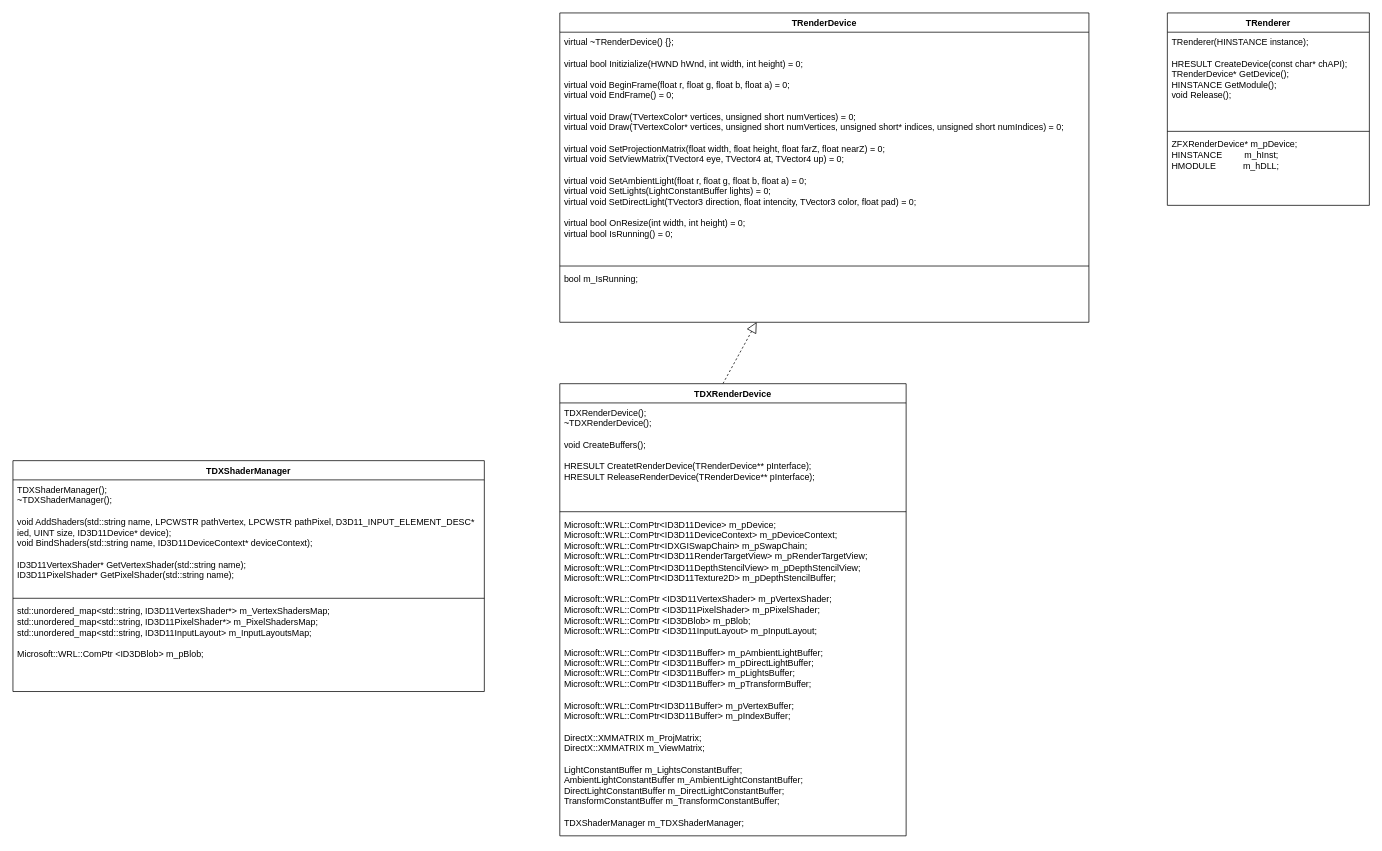
This is UML/TRenderer.drawio from f1oating/TRender, a draw.io file, before an edit. Source tidied: cells renumbered, new cells numbered last; positions are measured from the earlier drawing's top-left corner, leaving out a move shared by most shapes. Both pictures are drawn from the tidied source at 74%, with x=0, y=0 at pixel (13, 13).
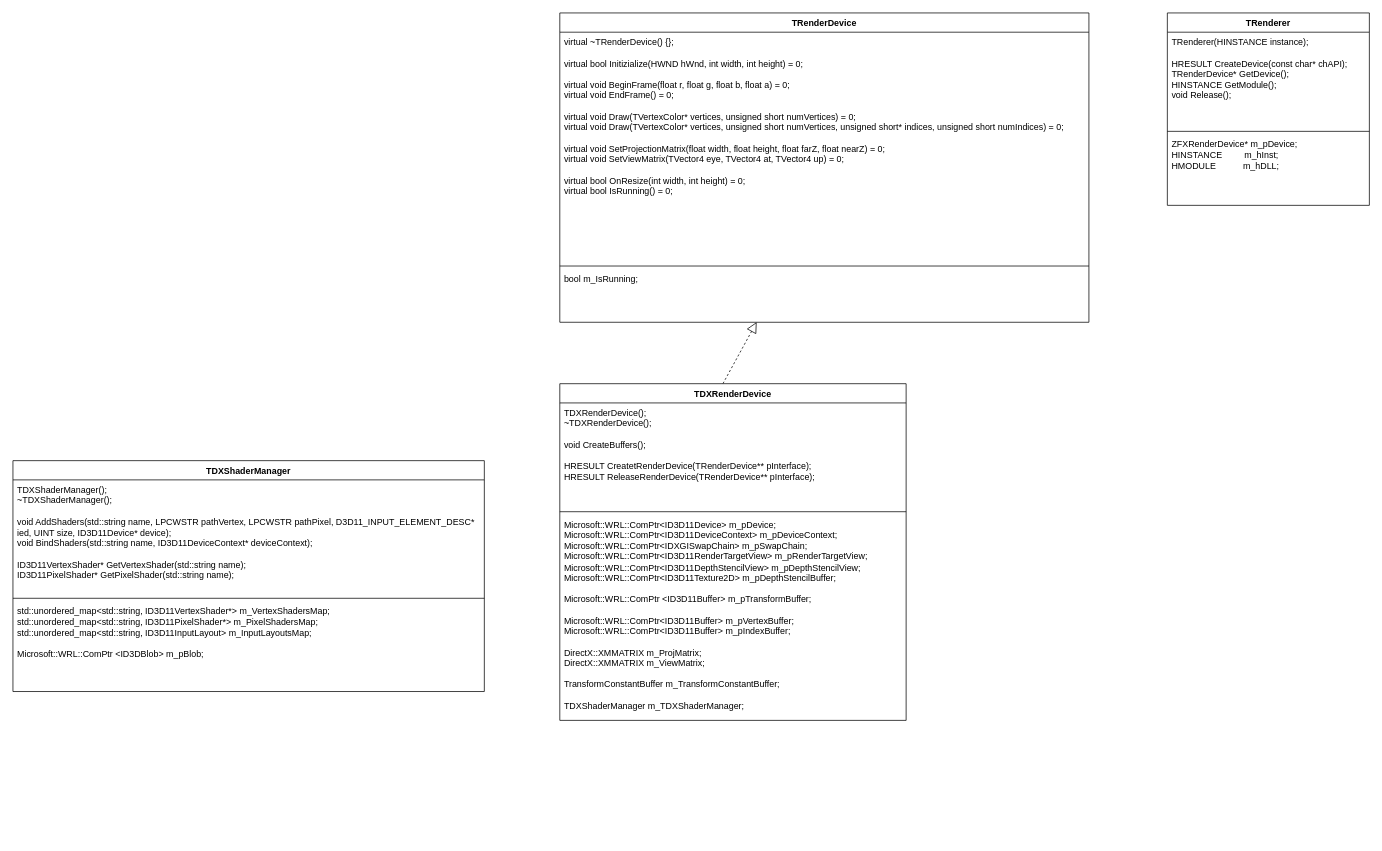
The same page after the edit.

The edit, as a diff of the source:
```diff
@@
 <mxGraphModel>
   <root>
     <mxCell id="0" />
     <mxCell id="1" parent="0" />
     <mxCell id="2" value="TRenderDevice" style="swimlane;fontStyle=1;align=center;verticalAlign=top;horizontal=1;startSize=26;whiteSpace=wrap;html=1;" parent="1" vertex="1">
       <mxGeometry x="739" width="715" height="418" as="geometry" />
     </mxCell>
-    <mxCell id="3" value="&lt;div&gt;virtual ~TRenderDevice() {};&lt;br&gt;&lt;/div&gt;&lt;div&gt;&lt;br&gt;&lt;/div&gt;&lt;div&gt;virtual bool Initizialize(HWND hWnd, int width, int height) = 0;&lt;/div&gt;&lt;div&gt;&lt;br&gt;&lt;/div&gt;&lt;div&gt;virtual void BeginFrame(float r, float g, float b, float a) = 0;&lt;/div&gt;&lt;div&gt;virtual void EndFrame() = 0;&lt;/div&gt;&lt;div&gt;&lt;br&gt;&lt;/div&gt;&lt;div&gt;virtual void Draw(TVertexColor* vertices, unsigned short numVertices) = 0;&lt;br&gt;&lt;/div&gt;&lt;div&gt;virtual void Draw(TVertexColor* vertices, unsigned short numVertices, unsigned short* indices, unsigned short numIndices) = 0;&lt;br&gt;&lt;/div&gt;&lt;div&gt;&lt;br&gt;&lt;/div&gt;&lt;div&gt;virtual void SetProjectionMatrix(float width, float height, float farZ, float nearZ) = 0;&lt;/div&gt;&lt;div&gt;virtual void SetViewMatrix(TVector4 eye, TVector4 at, TVector4 up) = 0;&lt;br&gt;&lt;/div&gt;&lt;div&gt;&lt;br&gt;&lt;/div&gt;&lt;div&gt;virtual void SetAmbientLight(float r, float g, float b, float a) = 0;&lt;/div&gt;&lt;div&gt;virtual void SetLights(LightConstantBuffer lights) = 0;&lt;/div&gt;&lt;div&gt;virtual void SetDirectLight(TVector3 direction, float intencity, TVector3 color, float pad) = 0;&lt;br&gt;&lt;/div&gt;&lt;div&gt;&lt;br&gt;&lt;/div&gt;&lt;div&gt;virtual bool OnResize(int width, int height) = 0;&lt;/div&gt;&lt;div&gt;virtual bool IsRunning() = 0;&lt;br&gt;&lt;/div&gt;" style="text;strokeColor=none;fillColor=none;align=left;verticalAlign=top;spacingLeft=4;spacingRight=4;overflow=hidden;whiteSpace=wrap;html=1;" parent="2" vertex="1">
+    <mxCell id="3" value="&lt;div&gt;virtual ~TRenderDevice() {};&lt;br&gt;&lt;/div&gt;&lt;div&gt;&lt;br&gt;&lt;/div&gt;&lt;div&gt;virtual bool Initizialize(HWND hWnd, int width, int height) = 0;&lt;/div&gt;&lt;div&gt;&lt;br&gt;&lt;/div&gt;&lt;div&gt;virtual void BeginFrame(float r, float g, float b, float a) = 0;&lt;/div&gt;&lt;div&gt;virtual void EndFrame() = 0;&lt;/div&gt;&lt;div&gt;&lt;br&gt;&lt;/div&gt;&lt;div&gt;virtual void Draw(TVertexColor* vertices, unsigned short numVertices) = 0;&lt;br&gt;&lt;/div&gt;&lt;div&gt;virtual void Draw(TVertexColor* vertices, unsigned short numVertices, unsigned short* indices, unsigned short numIndices) = 0;&lt;br&gt;&lt;/div&gt;&lt;div&gt;&lt;br&gt;&lt;/div&gt;&lt;div&gt;virtual void SetProjectionMatrix(float width, float height, float farZ, float nearZ) = 0;&lt;/div&gt;&lt;div&gt;virtual void SetViewMatrix(TVector4 eye, TVector4 at, TVector4 up) = 0;&lt;br&gt;&lt;/div&gt;&lt;div&gt;&lt;br&gt;&lt;/div&gt;&lt;div&gt;virtual bool OnResize(int width, int height) = 0;&lt;/div&gt;&lt;div&gt;virtual bool IsRunning() = 0;&lt;br&gt;&lt;/div&gt;" style="text;strokeColor=none;fillColor=none;align=left;verticalAlign=top;spacingLeft=4;spacingRight=4;overflow=hidden;whiteSpace=wrap;html=1;" parent="2" vertex="1">
       <mxGeometry y="26" width="715" height="312" as="geometry" />
     </mxCell>
     <mxCell id="4" style="line;strokeWidth=1;fillColor=none;align=left;verticalAlign=middle;spacingTop=-1;spacingLeft=3;spacingRight=3;labelPosition=right;strokeColor=inherit;" parent="2" vertex="1">
       <mxGeometry y="338" width="715" height="8" as="geometry" />
     </mxCell>
     <mxCell id="5" value="&lt;div&gt;bool m_IsRunning;&lt;br&gt;&lt;/div&gt;" style="text;strokeColor=none;fillColor=none;align=left;verticalAlign=top;spacingLeft=4;spacingRight=4;overflow=hidden;points=[[0,0.5],[1,0.5]];portConstraint=eastwest;whiteSpace=wrap;html=1;" parent="2" vertex="1">
       <mxGeometry y="346" width="715" height="72" as="geometry" />
     </mxCell>
     <mxCell id="6" style="endArrow=block;dashed=1;endFill=0;endSize=12;html=1;rounded=0;entryX=0.372;entryY=0.997;entryDx=0;entryDy=0;entryPerimeter=0;exitX=0.471;exitY=0;exitDx=0;exitDy=0;exitPerimeter=0;" parent="1" edge="1" source="7" target="5">
       <mxGeometry relative="1" as="geometry" />
     </mxCell>
     <mxCell id="7" value="TDXRenderDevice" style="swimlane;fontStyle=1;align=center;verticalAlign=top;horizontal=1;startSize=26;whiteSpace=wrap;html=1;" parent="1" vertex="1">
-      <mxGeometry x="739" y="501" width="468" height="611" as="geometry" />
+      <mxGeometry x="739" y="501" width="468" height="455" as="geometry" />
     </mxCell>
     <mxCell id="8" value="&lt;div&gt;TDXRenderDevice();&lt;/div&gt;&lt;div&gt;~TDXRenderDevice();&lt;/div&gt;&lt;div&gt;&lt;br&gt;&lt;/div&gt;&lt;div&gt;void CreateBuffers();&lt;br&gt;&lt;/div&gt;&lt;div&gt;&lt;br&gt;&lt;/div&gt;&lt;div&gt;HRESULT CreatetRenderDevice(TRenderDevice** pInterface);&amp;nbsp;&amp;nbsp;&amp;nbsp;&amp;nbsp;&lt;/div&gt;&lt;div&gt;HRESULT ReleaseRenderDevice(TRenderDevice** pInterface);&lt;br&gt;&lt;br&gt;&lt;/div&gt;" style="text;strokeColor=none;fillColor=none;align=left;verticalAlign=top;spacingLeft=4;spacingRight=4;overflow=hidden;whiteSpace=wrap;html=1;" parent="7" vertex="1">
       <mxGeometry y="26" width="468" height="143" as="geometry" />
     </mxCell>
     <mxCell id="9" style="line;strokeWidth=1;fillColor=none;align=left;verticalAlign=middle;spacingTop=-1;spacingLeft=3;spacingRight=3;labelPosition=right;strokeColor=inherit;" parent="7" vertex="1">
       <mxGeometry y="169" width="468" height="8" as="geometry" />
     </mxCell>
-    <mxCell id="10" value="&lt;div&gt;Microsoft::WRL::ComPtr&amp;lt;ID3D11Device&amp;gt; m_pDevice; Microsoft::WRL::ComPtr&amp;lt;ID3D11DeviceContext&amp;gt; m_pDeviceContext; Microsoft::WRL::ComPtr&amp;lt;IDXGISwapChain&amp;gt; m_pSwapChain; Microsoft::WRL::ComPtr&amp;lt;ID3D11RenderTargetView&amp;gt; m_pRenderTargetView; Microsoft::WRL::ComPtr&amp;lt;ID3D11DepthStencilView&amp;gt; m_pDepthStencilView; Microsoft::WRL::ComPtr&amp;lt;ID3D11Texture2D&amp;gt; m_pDepthStencilBuffer;&lt;/div&gt;&lt;div&gt;&lt;br&gt;&lt;/div&gt;&lt;div&gt;Microsoft::WRL::ComPtr &amp;lt;ID3D11VertexShader&amp;gt; m_pVertexShader;&lt;br&gt;Microsoft::WRL::ComPtr &amp;lt;ID3D11PixelShader&amp;gt; m_pPixelShader;&lt;br&gt;Microsoft::WRL::ComPtr &amp;lt;ID3DBlob&amp;gt; m_pBlob;&lt;br&gt;Microsoft::WRL::ComPtr &amp;lt;ID3D11InputLayout&amp;gt; m_pInputLayout;&lt;br&gt;&lt;/div&gt;&lt;div&gt;&lt;br&gt;&lt;/div&gt;&lt;div&gt;Microsoft::WRL::ComPtr &amp;lt;ID3D11Buffer&amp;gt; m_pAmbientLightBuffer;&lt;/div&gt;&lt;div&gt;Microsoft::WRL::ComPtr &amp;lt;ID3D11Buffer&amp;gt; m_pDirectLightBuffer;&lt;br&gt;&lt;/div&gt;&lt;div&gt;Microsoft::WRL::ComPtr &amp;lt;ID3D11Buffer&amp;gt; m_pLightsBuffer;&lt;br&gt;&lt;/div&gt;&lt;div&gt;Microsoft::WRL::ComPtr &amp;lt;ID3D11Buffer&amp;gt; m_pTransformBuffer;&lt;br&gt;&lt;br&gt;Microsoft::WRL::ComPtr&amp;lt;ID3D11Buffer&amp;gt; m_pVertexBuffer;&lt;br&gt;Microsoft::WRL::ComPtr&amp;lt;ID3D11Buffer&amp;gt; m_pIndexBuffer;&lt;br&gt;&lt;/div&gt;&lt;div&gt;&lt;br&gt;&lt;/div&gt;&lt;div&gt;DirectX::XMMATRIX m_ProjMatrix;&lt;br&gt;DirectX::XMMATRIX m_ViewMatrix;&lt;br&gt;&lt;/div&gt;&lt;div&gt;&lt;br&gt;&lt;/div&gt;&lt;div&gt;LightConstantBuffer m_LightsConstantBuffer;&lt;br&gt;AmbientLightConstantBuffer m_AmbientLightConstantBuffer;&lt;/div&gt;&lt;div&gt;DirectLightConstantBuffer m_DirectLightConstantBuffer;&lt;br&gt;TransformConstantBuffer m_TransformConstantBuffer;&lt;/div&gt;&lt;div&gt;&lt;br&gt;&lt;/div&gt;&lt;div&gt;TDXShaderManager m_TDXShaderManager;&lt;br&gt;&lt;br&gt;&lt;/div&gt;" style="text;strokeColor=none;fillColor=none;align=left;verticalAlign=top;spacingLeft=4;spacingRight=4;overflow=hidden;whiteSpace=wrap;html=1;" parent="7" vertex="1">
-      <mxGeometry y="177" width="468" height="434" as="geometry" />
+    <mxCell id="10" value="&lt;div&gt;Microsoft::WRL::ComPtr&amp;lt;ID3D11Device&amp;gt; m_pDevice; Microsoft::WRL::ComPtr&amp;lt;ID3D11DeviceContext&amp;gt; m_pDeviceContext; Microsoft::WRL::ComPtr&amp;lt;IDXGISwapChain&amp;gt; m_pSwapChain; Microsoft::WRL::ComPtr&amp;lt;ID3D11RenderTargetView&amp;gt; m_pRenderTargetView; Microsoft::WRL::ComPtr&amp;lt;ID3D11DepthStencilView&amp;gt; m_pDepthStencilView; Microsoft::WRL::ComPtr&amp;lt;ID3D11Texture2D&amp;gt; m_pDepthStencilBuffer;&lt;br&gt;&lt;/div&gt;&lt;div&gt;&lt;br&gt;&lt;/div&gt;&lt;div&gt;Microsoft::WRL::ComPtr &amp;lt;ID3D11Buffer&amp;gt; m_pTransformBuffer;&lt;br&gt;&lt;/div&gt;&lt;div&gt;&lt;br&gt;Microsoft::WRL::ComPtr&amp;lt;ID3D11Buffer&amp;gt; m_pVertexBuffer;&lt;br&gt;Microsoft::WRL::ComPtr&amp;lt;ID3D11Buffer&amp;gt; m_pIndexBuffer;&lt;br&gt;&lt;/div&gt;&lt;div&gt;&lt;br&gt;&lt;/div&gt;&lt;div&gt;DirectX::XMMATRIX m_ProjMatrix;&lt;br&gt;DirectX::XMMATRIX m_ViewMatrix;&lt;/div&gt;&lt;div&gt;&lt;br&gt;&lt;/div&gt;&lt;div&gt;TransformConstantBuffer m_TransformConstantBuffer;&lt;br&gt;&lt;/div&gt;&lt;div&gt;&lt;br&gt;&lt;/div&gt;&lt;div&gt;TDXShaderManager m_TDXShaderManager;&lt;br&gt;&lt;br&gt;&lt;/div&gt;" style="text;strokeColor=none;fillColor=none;align=left;verticalAlign=top;spacingLeft=4;spacingRight=4;overflow=hidden;whiteSpace=wrap;html=1;" parent="7" vertex="1">
+      <mxGeometry y="177" width="468" height="278" as="geometry" />
     </mxCell>
     <mxCell id="11" value="TRenderer" style="swimlane;fontStyle=1;align=center;verticalAlign=top;horizontal=1;startSize=26;whiteSpace=wrap;html=1;" parent="1" vertex="1">
       <mxGeometry x="1560" width="273" height="260" as="geometry" />
     </mxCell>
     <mxCell id="12" value="&lt;div&gt;TRenderer(HINSTANCE instance);&lt;/div&gt;&lt;div&gt;&lt;br&gt;&lt;/div&gt;&lt;div&gt;HRESULT CreateDevice(const char* chAPI);&lt;/div&gt;&lt;div&gt;TRenderDevice* GetDevice();&lt;/div&gt;&lt;div&gt;HINSTANCE GetModule();&lt;/div&gt;&lt;div&gt;void Release();&lt;br&gt;&lt;/div&gt;" style="text;strokeColor=none;fillColor=none;align=left;verticalAlign=top;spacingLeft=4;spacingRight=4;overflow=hidden;whiteSpace=wrap;html=1;" parent="11" vertex="1">
       <mxGeometry y="26" width="273" height="130" as="geometry" />
     </mxCell>
     <mxCell id="13" style="line;strokeWidth=1;fillColor=none;align=left;verticalAlign=middle;spacingTop=-1;spacingLeft=3;spacingRight=3;labelPosition=right;strokeColor=inherit;" parent="11" vertex="1">
       <mxGeometry y="156" width="273" height="8" as="geometry" />
     </mxCell>
     <mxCell id="14" value="ZFXRenderDevice* m_pDevice;&lt;br&gt;HINSTANCE&amp;nbsp;&amp;nbsp;&amp;nbsp;&amp;nbsp;&amp;nbsp;&amp;nbsp;&amp;nbsp;&amp;nbsp; m_hInst;&lt;br&gt;HMODULE&amp;nbsp;&amp;nbsp;&amp;nbsp;&amp;nbsp;&amp;nbsp;&amp;nbsp;&amp;nbsp;&amp;nbsp;&amp;nbsp;&amp;nbsp; m_hDLL;" style="text;strokeColor=none;fillColor=none;align=left;verticalAlign=top;spacingLeft=4;spacingRight=4;overflow=hidden;whiteSpace=wrap;html=1;" parent="11" vertex="1">
       <mxGeometry y="164" width="273" height="96" as="geometry" />
     </mxCell>
     <mxCell id="15" value="TDXShaderManager" style="swimlane;fontStyle=1;align=center;verticalAlign=top;horizontal=1;startSize=26;whiteSpace=wrap;html=1;" parent="1" vertex="1">
       <mxGeometry y="605" width="637" height="312" as="geometry" />
     </mxCell>
     <mxCell id="16" value="&lt;div&gt;TDXShaderManager();&lt;/div&gt;&lt;div&gt;~TDXShaderManager();&lt;/div&gt;&lt;div&gt;&lt;br&gt;&lt;/div&gt;&lt;div&gt;void AddShaders(std::string name, LPCWSTR pathVertex, LPCWSTR pathPixel, D3D11_INPUT_ELEMENT_DESC* ied, UINT size, ID3D11Device* device);&lt;/div&gt;&lt;div&gt;void BindShaders(std::string name, ID3D11DeviceContext* deviceContext);&lt;br&gt;&lt;/div&gt;&lt;div&gt;&lt;br&gt;&lt;/div&gt;&lt;div&gt;ID3D11VertexShader* GetVertexShader(std::string name);&lt;/div&gt;&lt;div&gt;ID3D11PixelShader* GetPixelShader(std::string name);&lt;/div&gt;" style="text;strokeColor=none;fillColor=none;align=left;verticalAlign=top;spacingLeft=4;spacingRight=4;overflow=hidden;whiteSpace=wrap;html=1;" parent="15" vertex="1">
       <mxGeometry y="26" width="637" height="156" as="geometry" />
     </mxCell>
     <mxCell id="17" style="line;strokeWidth=1;fillColor=none;align=left;verticalAlign=middle;spacingTop=-1;spacingLeft=3;spacingRight=3;labelPosition=right;strokeColor=inherit;" parent="15" vertex="1">
       <mxGeometry y="182" width="637" height="8" as="geometry" />
     </mxCell>
     <mxCell id="18" value="&lt;div&gt;std::unordered_map&amp;lt;std::string, ID3D11VertexShader*&amp;gt; m_VertexShadersMap;&lt;/div&gt;&lt;div&gt;&lt;div&gt;std::unordered_map&amp;lt;std::string, ID3D11PixelShader*&amp;gt; m_PixelShadersMap;&lt;/div&gt;&lt;div&gt;&lt;div&gt;std::unordered_map&amp;lt;std::string, ID3D11InputLayout&amp;gt; m_InputLayoutsMap;&lt;/div&gt;&lt;div&gt;&lt;br&gt;&lt;/div&gt;&lt;div&gt;Microsoft::WRL::ComPtr &amp;lt;ID3DBlob&amp;gt; m_pBlob;&lt;/div&gt;&lt;/div&gt;&lt;/div&gt;" style="text;strokeColor=none;fillColor=none;align=left;verticalAlign=top;spacingLeft=4;spacingRight=4;overflow=hidden;whiteSpace=wrap;html=1;" parent="15" vertex="1">
       <mxGeometry y="190" width="637" height="122" as="geometry" />
     </mxCell>
   </root>
 </mxGraphModel>
```
